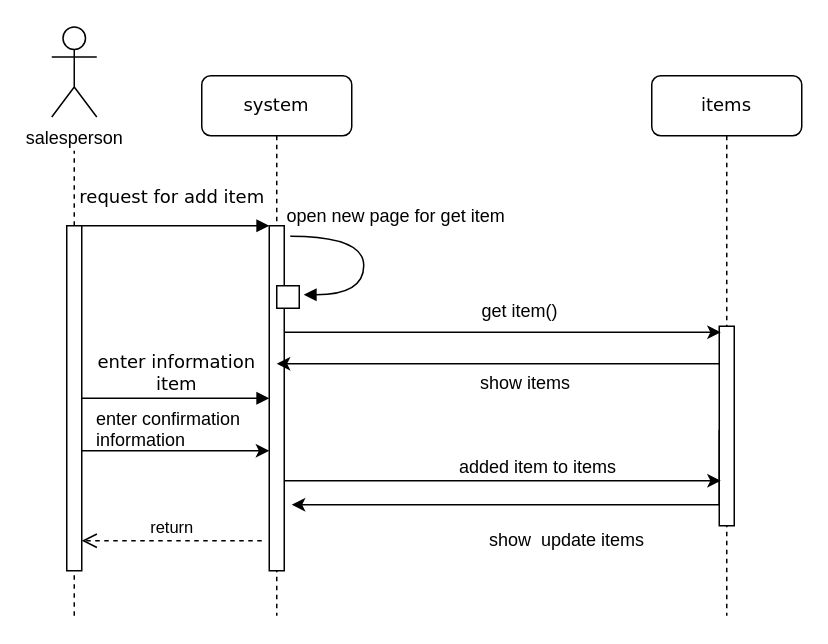
This is sequence/last_add_item.drawio from aenad/iut_foods, a draw.io file, before an edit. Source tidied: cells renumbered, new cells numbered last; positions are measured from the earlier drawing's top-left corner, leaving out a move shared by most shapes. Both pictures are drawn from the tidied source at 150%, with x=0, y=0 at pixel (51, 27).
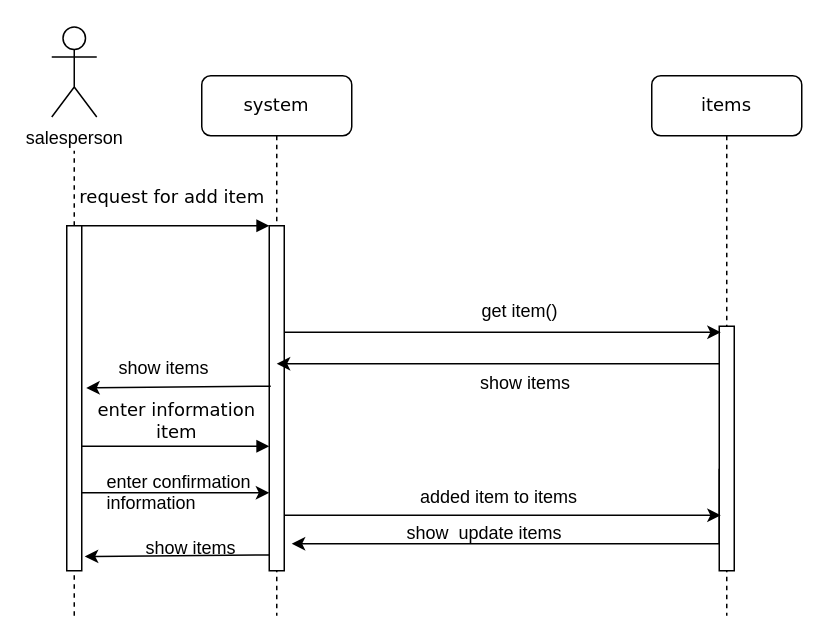
The same page after the edit.

Unchanged cells that the change refers to:
```xml
<mxCell id="3" style="html=1;points=[];perimeter=orthogonalPerimeter;rounded=0;shadow=0;comic=0;labelBackgroundColor=none;strokeColor=#000000;strokeWidth=1;fillColor=#FFFFFF;fontFamily=Verdana;fontSize=12;fontColor=#000000;align=center;" parent="2" vertex="1">
  <mxGeometry x="45" y="100" width="10" height="230" as="geometry" />
</mxCell>
<mxCell id="12" style="html=1;points=[];perimeter=orthogonalPerimeter;rounded=0;shadow=0;comic=0;labelBackgroundColor=none;strokeColor=#000000;strokeWidth=1;fillColor=#FFFFFF;fontFamily=Verdana;fontSize=12;fontColor=#000000;align=center;" parent="1" vertex="1">
  <mxGeometry x="10" y="132" width="10" height="230" as="geometry" />
</mxCell>
```

What changed in the source:
```diff
@@
     <mxCell id="6" style="html=1;perimeter=orthogonalPerimeter;rounded=0;shadow=0;comic=0;labelBackgroundColor=none;strokeColor=#000000;strokeWidth=1;fillColor=#FFFFFF;fontFamily=Verdana;fontSize=12;fontColor=#000000;align=center;" parent="1" vertex="1">
-      <mxGeometry x="445" y="199" width="10" height="133" as="geometry" />
+      <mxGeometry x="445" y="199" width="10" height="163" as="geometry" />
     </mxCell>
@@
     <mxCell id="8" style="edgeStyle=orthogonalEdgeStyle;rounded=0;orthogonalLoop=1;jettySize=auto;html=1;" parent="1" edge="1">
       <mxGeometry relative="1" as="geometry">
-        <mxPoint x="445" y="268" as="sourcePoint" />
-        <mxPoint x="160" y="318" as="targetPoint" />
+        <mxPoint x="445" y="294" as="sourcePoint" />
+        <mxPoint x="160" y="344" as="targetPoint" />
         <Array as="points">
-          <mxPoint x="370" y="318" />
-          <mxPoint x="370" y="318" />
+          <mxPoint x="370" y="344" />
+          <mxPoint x="370" y="344" />
         </Array>
       </mxGeometry>
     </mxCell>
@@
-    <mxCell id="11" style="edgeStyle=orthogonalEdgeStyle;rounded=0;jettySize=auto;html=1;entryX=-0.1;entryY=0.739;entryDx=0;entryDy=0;entryPerimeter=0;exitX=0.9;exitY=0.657;exitDx=0;exitDy=0;exitPerimeter=0;" parent="1" edge="1" source="12">
+    <mxCell id="11" style="edgeStyle=orthogonalEdgeStyle;rounded=0;orthogonalLoop=1;jettySize=auto;html=1;entryX=-0.1;entryY=0.739;entryDx=0;entryDy=0;entryPerimeter=0;exitX=0.9;exitY=0.657;exitDx=0;exitDy=0;exitPerimeter=0;" parent="1" edge="1">
       <mxGeometry relative="1" as="geometry">
-        <mxPoint x="145" y="282" as="targetPoint" />
+        <mxPoint x="19" y="311" as="sourcePoint" />
+        <mxPoint x="145" y="310" as="targetPoint" />
         <Array as="points">
-          <mxPoint x="19" y="282" />
+          <mxPoint x="19" y="310" />
         </Array>
       </mxGeometry>
     </mxCell>
@@
     <mxCell id="14" value="&lt;div&gt;enter information&lt;/div&gt;&lt;div&gt; item&lt;/div&gt;" style="html=1;verticalAlign=bottom;endArrow=block;entryX=0;entryY=0;labelBackgroundColor=none;fontFamily=Verdana;fontSize=12;edgeStyle=elbowEdgeStyle;elbow=vertical;" parent="1" edge="1">
       <mxGeometry relative="1" as="geometry">
-        <mxPoint x="20" y="247" as="sourcePoint" />
-        <mxPoint x="145" y="247" as="targetPoint" />
+        <mxPoint x="20" y="279" as="sourcePoint" />
+        <mxPoint x="145" y="279" as="targetPoint" />
       </mxGeometry>
     </mxCell>
-    <mxCell id="15" style="html=1;verticalAlign=bottom;endArrow=block;labelBackgroundColor=none;fontFamily=Verdana;fontSize=12;elbow=vertical;edgeStyle=orthogonalEdgeStyle;curved=1;exitX=1.066;exitY=0.713;exitPerimeter=0;" parent="1" edge="1">
-      <mxGeometry relative="1" as="geometry">
-        <mxPoint x="159" y="139" as="sourcePoint" />
-        <mxPoint x="168" y="178" as="targetPoint" />
-        <Array as="points">
-          <mxPoint x="208" y="139" />
-          <mxPoint x="208" y="178" />
-        </Array>
-      </mxGeometry>
-    </mxCell>
-    <mxCell id="16" value="open new page for get item" style="text;html=1;align=left;verticalAlign=top;spacingTop=-4;" parent="1" vertex="1">
-      <mxGeometry x="155" y="116" width="160" height="20" as="geometry" />
-    </mxCell>
@@
     <mxCell id="20" value="&lt;div&gt;enter confirmation&lt;/div&gt;&lt;div&gt; information&lt;/div&gt;" style="text;html=1;align=left;verticalAlign=top;spacingTop=-4;" parent="1" vertex="1">
-      <mxGeometry x="27.5" y="250.5" width="110" height="30" as="geometry" />
+      <mxGeometry x="35" y="293" width="110" height="30" as="geometry" />
     </mxCell>
     <mxCell id="21" style="edgeStyle=orthogonalEdgeStyle;rounded=0;orthogonalLoop=1;jettySize=auto;html=1;entryX=0.1;entryY=0.417;entryDx=0;entryDy=0;entryPerimeter=0;" parent="1" edge="1">
       <mxGeometry relative="1" as="geometry">
-        <mxPoint x="155" y="302" as="sourcePoint" />
-        <mxPoint x="446" y="302" as="targetPoint" />
+        <mxPoint x="155" y="325" as="sourcePoint" />
+        <mxPoint x="446" y="325" as="targetPoint" />
       </mxGeometry>
     </mxCell>
     <mxCell id="22" value="added item to items" style="text;html=1;align=left;verticalAlign=top;spacingTop=-4;" parent="1" vertex="1">
-      <mxGeometry x="270" y="283" width="120" height="20" as="geometry" />
+      <mxGeometry x="244" y="303" width="120" height="20" as="geometry" />
     </mxCell>
     <mxCell id="23" value="show&amp;nbsp; update items" style="text;html=1;align=left;verticalAlign=top;spacingTop=-4;" parent="1" vertex="1">
-      <mxGeometry x="290" y="332" width="120" height="20" as="geometry" />
+      <mxGeometry x="235" y="327" width="120" height="20" as="geometry" />
     </mxCell>
-    <mxCell id="24" style="whiteSpace=wrap;html=1;" parent="1" vertex="1">
-      <mxGeometry x="150" y="172" width="15" height="15" as="geometry" />
-    </mxCell>
-    <mxCell id="25" value="return" style="html=1;verticalAlign=bottom;endArrow=open;dashed=1;endSize=8;" parent="1" edge="1" target="12">
-      <mxGeometry relative="1" as="geometry">
-        <mxPoint x="140" y="342" as="sourcePoint" />
-      </mxGeometry>
-    </mxCell>
+    <mxCell id="26" style="endArrow=classic;html=1;entryX=1.3;entryY=0.47;entryDx=0;entryDy=0;entryPerimeter=0;exitX=0.1;exitY=0.465;exitDx=0;exitDy=0;exitPerimeter=0;" parent="1" edge="1" source="3" target="12">
+      <mxGeometry relative="1" as="geometry" />
+    </mxCell>
+    <mxCell id="27" value="show items" style="text;html=1;align=left;verticalAlign=top;spacingTop=-4;" parent="1" vertex="1">
+      <mxGeometry x="42.5" y="217" width="80" height="20" as="geometry" />
+    </mxCell>
+    <mxCell id="28" style="endArrow=classic;html=1;entryX=1.3;entryY=0.47;entryDx=0;entryDy=0;entryPerimeter=0;exitX=0.1;exitY=0.465;exitDx=0;exitDy=0;exitPerimeter=0;" parent="1" edge="1">
+      <mxGeometry relative="1" as="geometry">
+        <mxPoint x="145" y="351.5" as="sourcePoint" />
+        <mxPoint x="22" y="352.5" as="targetPoint" />
+      </mxGeometry>
+    </mxCell>
+    <mxCell id="29" value="show items" style="text;html=1;align=left;verticalAlign=top;spacingTop=-4;" parent="1" vertex="1">
+      <mxGeometry x="61" y="337" width="80" height="20" as="geometry" />
+    </mxCell>
```
